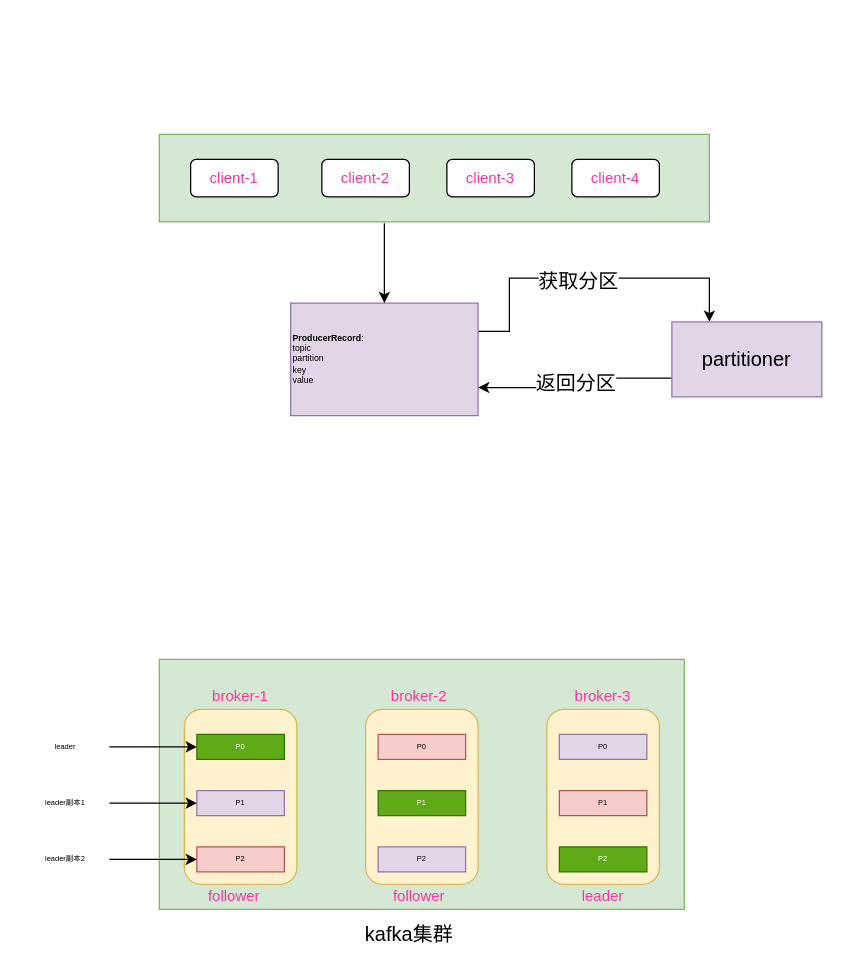
This is src/main/resources/picture/kafka/kafka.drawio from zilanghuo/project-summary, a draw.io file, before an edit. Source tidied: cells renumbered, new cells numbered last; positions are measured from the earlier drawing's top-left corner, leaving out a move shared by most shapes. Both pictures are drawn from the tidied source at 125%, with x=0, y=0 at pixel (21, 134).
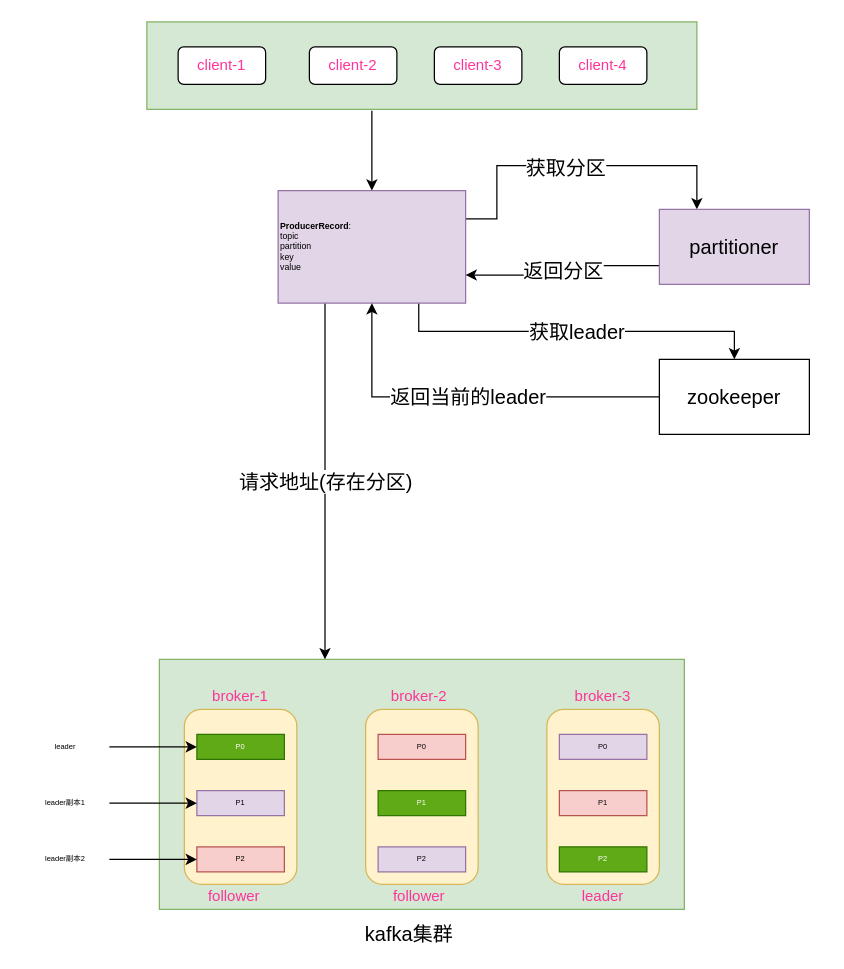
The same diagram, later.

The change refers to these unchanged cells:
```xml
<mxCell id="2" style="rounded=0;whiteSpace=wrap;html=1;fillColor=#d5e8d4;strokeColor=#82b366;" parent="1" vertex="1">
  <mxGeometry x="110" y="420" width="420" height="200" as="geometry" />
</mxCell>
```

The edit, as a diff of the source:
```diff
@@
     <mxCell id="10" style="rounded=0;whiteSpace=wrap;html=1;fillColor=#d5e8d4;strokeColor=#82b366;" parent="1" vertex="1">
-      <mxGeometry x="110" width="440" height="70" as="geometry" />
+      <mxGeometry x="100" y="-90" width="440" height="70" as="geometry" />
     </mxCell>
     <mxCell id="11" value="client-1" style="rounded=1;whiteSpace=wrap;html=1;fontColor=#FF3399;" parent="1" vertex="1">
-      <mxGeometry x="135" y="20" width="70" height="30" as="geometry" />
+      <mxGeometry x="125" y="-70" width="70" height="30" as="geometry" />
     </mxCell>
     <mxCell id="12" value="client-2" style="rounded=1;whiteSpace=wrap;html=1;fontColor=#FF3399;" parent="1" vertex="1">
-      <mxGeometry x="240" y="20" width="70" height="30" as="geometry" />
+      <mxGeometry x="230" y="-70" width="70" height="30" as="geometry" />
     </mxCell>
     <mxCell id="13" value="client-3" style="rounded=1;whiteSpace=wrap;html=1;fontColor=#FF3399;" parent="1" vertex="1">
-      <mxGeometry x="340" y="20" width="70" height="30" as="geometry" />
+      <mxGeometry x="330" y="-70" width="70" height="30" as="geometry" />
     </mxCell>
     <mxCell id="14" value="client-4" style="rounded=1;whiteSpace=wrap;html=1;fontColor=#FF3399;" parent="1" vertex="1">
-      <mxGeometry x="440" y="20" width="70" height="30" as="geometry" />
+      <mxGeometry x="430" y="-70" width="70" height="30" as="geometry" />
     </mxCell>
     <mxCell id="15" style="edgeStyle=orthogonalEdgeStyle;rounded=0;jettySize=auto;html=1;exitX=1;exitY=0.25;exitDx=0;exitDy=0;fontSize=16;fontColor=#000000;entryX=0.25;entryY=0;entryDx=0;entryDy=0;" parent="1" edge="1" source="17" target="38">
       <mxGeometry relative="1" as="geometry">
         <Array as="points">
-          <mxPoint x="390" y="158" />
-          <mxPoint x="390" y="115" />
-          <mxPoint x="550" y="115" />
+          <mxPoint x="380" y="68" />
+          <mxPoint x="380" y="25" />
+          <mxPoint x="540" y="25" />
         </Array>
       </mxGeometry>
     </mxCell>
@@
+    <mxCell id="39" value="获取leader" style="edgeStyle=orthogonalEdgeStyle;rounded=0;jettySize=auto;html=1;exitX=0.75;exitY=1;exitDx=0;exitDy=0;entryX=0.5;entryY=0;entryDx=0;entryDy=0;fontSize=16;fontColor=#000000;" parent="1" edge="1" source="17" target="42">
+      <mxGeometry relative="1" as="geometry" />
+    </mxCell>
+    <mxCell id="40" value="请求地址(存在分区)" style="edgeStyle=orthogonalEdgeStyle;rounded=0;jettySize=auto;html=1;exitX=0.25;exitY=1;exitDx=0;exitDy=0;fontSize=16;fontColor=#000000;" parent="1" edge="1" source="17" target="2">
+      <mxGeometry relative="1" as="geometry">
+        <Array as="points">
+          <mxPoint x="243" y="280" />
+          <mxPoint x="243" y="280" />
+        </Array>
+      </mxGeometry>
+    </mxCell>
     <mxCell id="17" value="&lt;div style=&quot;text-align: left ; font-size: 7px&quot;&gt;&lt;font style=&quot;font-size: 7px&quot;&gt;&lt;b&gt;ProducerRecord&lt;/b&gt;:&lt;/font&gt;&lt;/div&gt;&lt;div style=&quot;text-align: left ; font-size: 7px&quot;&gt;&lt;font style=&quot;font-size: 7px&quot;&gt;topic&lt;/font&gt;&lt;/div&gt;&lt;div style=&quot;text-align: left ; font-size: 7px&quot;&gt;&lt;font style=&quot;font-size: 7px&quot;&gt;partition&lt;/font&gt;&lt;/div&gt;&lt;div style=&quot;text-align: left ; font-size: 7px&quot;&gt;&lt;font style=&quot;font-size: 7px&quot;&gt;key&lt;/font&gt;&lt;/div&gt;&lt;div style=&quot;text-align: left ; font-size: 7px&quot;&gt;&lt;font style=&quot;font-size: 7px&quot;&gt;value&lt;/font&gt;&lt;/div&gt;" style="rounded=0;whiteSpace=wrap;html=1;align=left;fontSize=6;fillColor=#e1d5e7;strokeColor=#9673a6;" parent="1" vertex="1">
-      <mxGeometry x="215" y="135" width="150" height="90" as="geometry" />
+      <mxGeometry x="205" y="45" width="150" height="90" as="geometry" />
     </mxCell>
     <mxCell id="18" style="endArrow=classic;html=1;fontColor=#FF3399;entryX=0.5;entryY=0;entryDx=0;entryDy=0;" parent="1" edge="1" target="17">
       <mxGeometry relative="1" as="geometry">
-        <mxPoint x="290" y="71" as="sourcePoint" />
+        <mxPoint x="280" y="-19" as="sourcePoint" />
       </mxGeometry>
     </mxCell>
@@
     <mxCell id="38" value="&lt;span&gt;partitioner&lt;/span&gt;" style="rounded=0;whiteSpace=wrap;html=1;fontSize=16;align=center;fillColor=#e1d5e7;strokeColor=#9673a6;" parent="1" vertex="1">
-      <mxGeometry x="520" y="150" width="120" height="60" as="geometry" />
+      <mxGeometry x="510" y="60" width="120" height="60" as="geometry" />
     </mxCell>
+    <mxCell id="41" value="返回当前的leader" style="edgeStyle=orthogonalEdgeStyle;rounded=0;jettySize=auto;html=1;exitX=0;exitY=0.5;exitDx=0;exitDy=0;entryX=0.5;entryY=1;entryDx=0;entryDy=0;fontSize=16;fontColor=#000000;" parent="1" edge="1" source="42" target="17">
+      <mxGeometry relative="1" as="geometry" />
+    </mxCell>
+    <mxCell id="42" value="zookeeper" style="rounded=0;whiteSpace=wrap;html=1;fontSize=16;fontColor=#000000;align=center;" parent="1" vertex="1">
+      <mxGeometry x="510" y="180" width="120" height="60" as="geometry" />
+    </mxCell>
```
